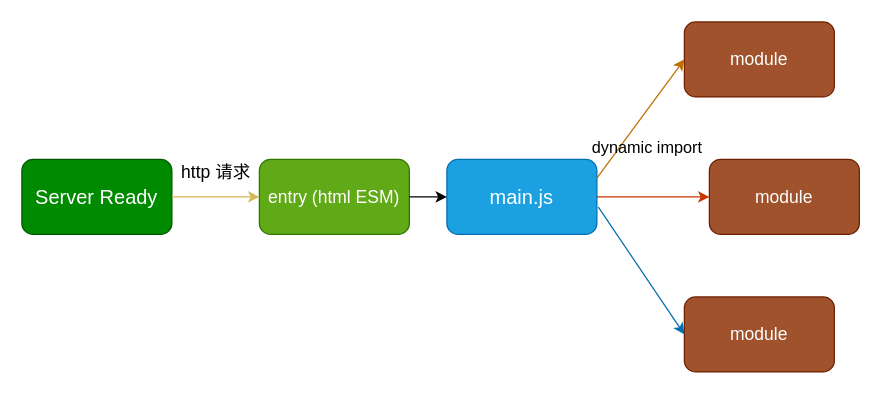
The draw.io diagram page "Page-1" (1 of 2) of vite.drawio in LitStronger/vite-mini, before the edit. Source tidied: cells renumbered, new cells numbered last; positions are measured from the earlier drawing's top-left corner, leaving out a move shared by most shapes. Both pictures are drawn from the tidied source at 125%, with x=0, y=0 at pixel (21, 21).
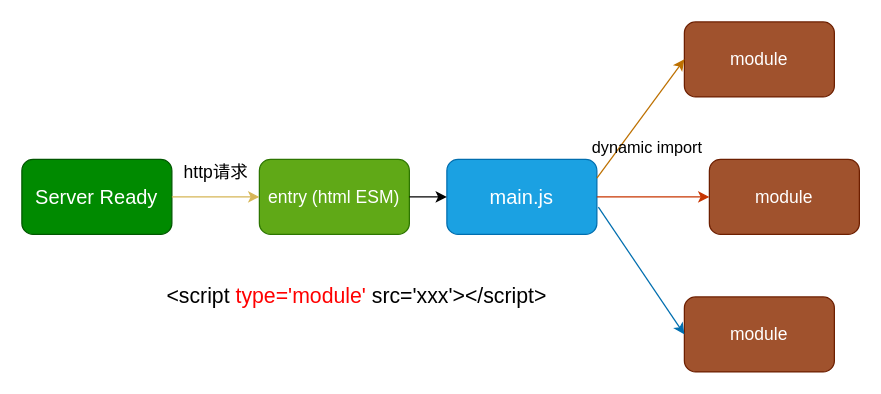
The same diagram, later.

Change to the diagram source:
```diff
@@
 <mxGraphModel>
   <root>
     <mxCell id="0" />
     <mxCell id="1" parent="0" />
     <mxCell id="2" value="&lt;font style=&quot;font-size: 14px&quot;&gt;entry (html ESM)&lt;/font&gt;" style="rounded=1;whiteSpace=wrap;html=1;fillColor=#60a917;strokeColor=#2D7600;fontColor=#ffffff;" parent="1" vertex="1">
       <mxGeometry x="190" y="110" width="120" height="60" as="geometry" />
     </mxCell>
     <mxCell id="3" value="&lt;font style=&quot;font-size: 16px&quot;&gt;main.js&lt;/font&gt;" style="rounded=1;whiteSpace=wrap;html=1;fillColor=#1ba1e2;strokeColor=#006EAF;fontColor=#ffffff;" parent="1" vertex="1">
       <mxGeometry x="340" y="110" width="120" height="60" as="geometry" />
     </mxCell>
     <mxCell id="4" style="endArrow=classic;html=1;exitX=1;exitY=0.5;exitDx=0;exitDy=0;entryX=0;entryY=0.5;entryDx=0;entryDy=0;" parent="1" edge="1" source="2" target="3">
       <mxGeometry relative="1" as="geometry" />
     </mxCell>
     <mxCell id="5" value="&lt;font style=&quot;font-size: 14px&quot;&gt;module&lt;/font&gt;" style="rounded=1;whiteSpace=wrap;html=1;fillColor=#a0522d;strokeColor=#6D1F00;fontColor=#ffffff;" parent="1" vertex="1">
       <mxGeometry x="530" width="120" height="60" as="geometry" />
     </mxCell>
     <mxCell id="6" value="&lt;span&gt;&lt;font style=&quot;font-size: 14px&quot;&gt;module&lt;/font&gt;&lt;/span&gt;" style="rounded=1;whiteSpace=wrap;html=1;fillColor=#a0522d;strokeColor=#6D1F00;fontColor=#ffffff;" parent="1" vertex="1">
       <mxGeometry x="550" y="110" width="120" height="60" as="geometry" />
     </mxCell>
     <mxCell id="7" value="&lt;span&gt;&lt;font style=&quot;font-size: 14px&quot;&gt;module&lt;/font&gt;&lt;/span&gt;" style="rounded=1;whiteSpace=wrap;html=1;fillColor=#a0522d;strokeColor=#6D1F00;fontColor=#ffffff;" parent="1" vertex="1">
       <mxGeometry x="530" y="220" width="120" height="60" as="geometry" />
     </mxCell>
     <mxCell id="8" style="endArrow=classic;html=1;entryX=0;entryY=0.5;entryDx=0;entryDy=0;exitX=1;exitY=0.25;exitDx=0;exitDy=0;fillColor=#f0a30a;strokeColor=#BD7000;" parent="1" edge="1" source="3" target="5">
       <mxGeometry relative="1" as="geometry" />
     </mxCell>
     <mxCell id="9" style="endArrow=classic;html=1;entryX=0;entryY=0.5;entryDx=0;entryDy=0;exitX=1;exitY=0.5;exitDx=0;exitDy=0;fillColor=#fa6800;strokeColor=#C73500;" parent="1" edge="1" source="3" target="6">
       <mxGeometry relative="1" as="geometry" />
     </mxCell>
     <mxCell id="10" style="endArrow=classic;html=1;entryX=0;entryY=0.5;entryDx=0;entryDy=0;exitX=1.01;exitY=0.637;exitDx=0;exitDy=0;exitPerimeter=0;fillColor=#1ba1e2;strokeColor=#006EAF;" parent="1" edge="1" source="3" target="7">
       <mxGeometry relative="1" as="geometry" />
     </mxCell>
     <mxCell id="11" value="&lt;font style=&quot;font-size: 16px&quot;&gt;Server Ready&lt;/font&gt;" style="rounded=1;whiteSpace=wrap;html=1;fillColor=#008a00;strokeColor=#005700;fontColor=#ffffff;" parent="1" vertex="1">
       <mxGeometry y="110" width="120" height="60" as="geometry" />
     </mxCell>
     <mxCell id="12" style="endArrow=classic;html=1;exitX=1;exitY=0.5;exitDx=0;exitDy=0;entryX=0;entryY=0.5;entryDx=0;entryDy=0;fillColor=#fff2cc;strokeColor=#d6b656;gradientColor=#ffd966;" parent="1" edge="1" source="11" target="2">
       <mxGeometry relative="1" as="geometry" />
     </mxCell>
-    <mxCell id="13" value="&lt;font style=&quot;font-size: 14px&quot;&gt;http 请求&lt;/font&gt;" style="text;html=1;align=center;verticalAlign=middle;strokeColor=none;" parent="1" vertex="1">
+    <mxCell id="13" value="&lt;font style=&quot;font-size: 14px&quot;&gt;http请求&lt;/font&gt;" style="text;html=1;align=center;verticalAlign=middle;strokeColor=none;" parent="1" vertex="1">
       <mxGeometry x="120" y="110" width="70" height="20" as="geometry" />
     </mxCell>
     <mxCell id="14" value="&lt;font style=&quot;font-size: 13px&quot;&gt;dynamic import&lt;/font&gt;" style="text;html=1;align=center;verticalAlign=middle;strokeColor=none;" parent="1" vertex="1">
       <mxGeometry x="450" y="90" width="100" height="20" as="geometry" />
     </mxCell>
+    <mxCell id="15" value="&lt;font style=&quot;font-size: 17px&quot;&gt;&amp;lt;script &lt;font color=&quot;#ff0000&quot;&gt;type='module' &lt;/font&gt;src='xxx'&amp;gt;&amp;lt;/script&amp;gt;&amp;nbsp;&lt;/font&gt;" style="text;html=1;align=center;verticalAlign=middle;strokeColor=none;" parent="1" vertex="1">
+      <mxGeometry x="110" y="210" width="320" height="20" as="geometry" />
+    </mxCell>
   </root>
 </mxGraphModel>
```
